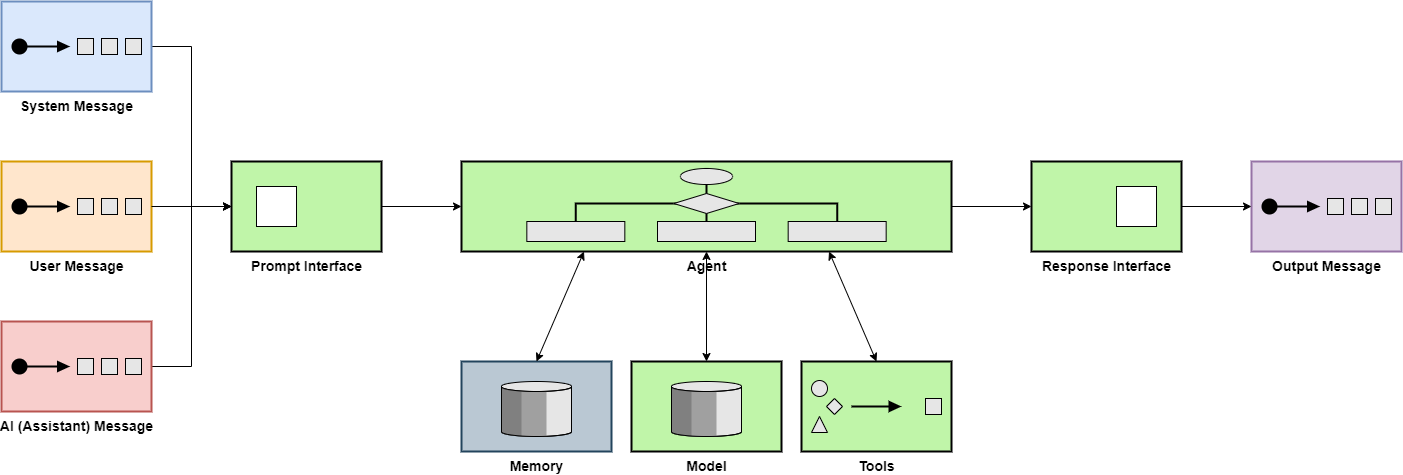
hsienhsinlee/ws2-defenders keeps this draw.io diagram as incident-response/images/Agentic architecture.png. Above is the earlier version. Source tidied: cells renumbered, new cells last; positions are measured from the earlier drawing's top-left corner, leaving out a move shared by most shapes.
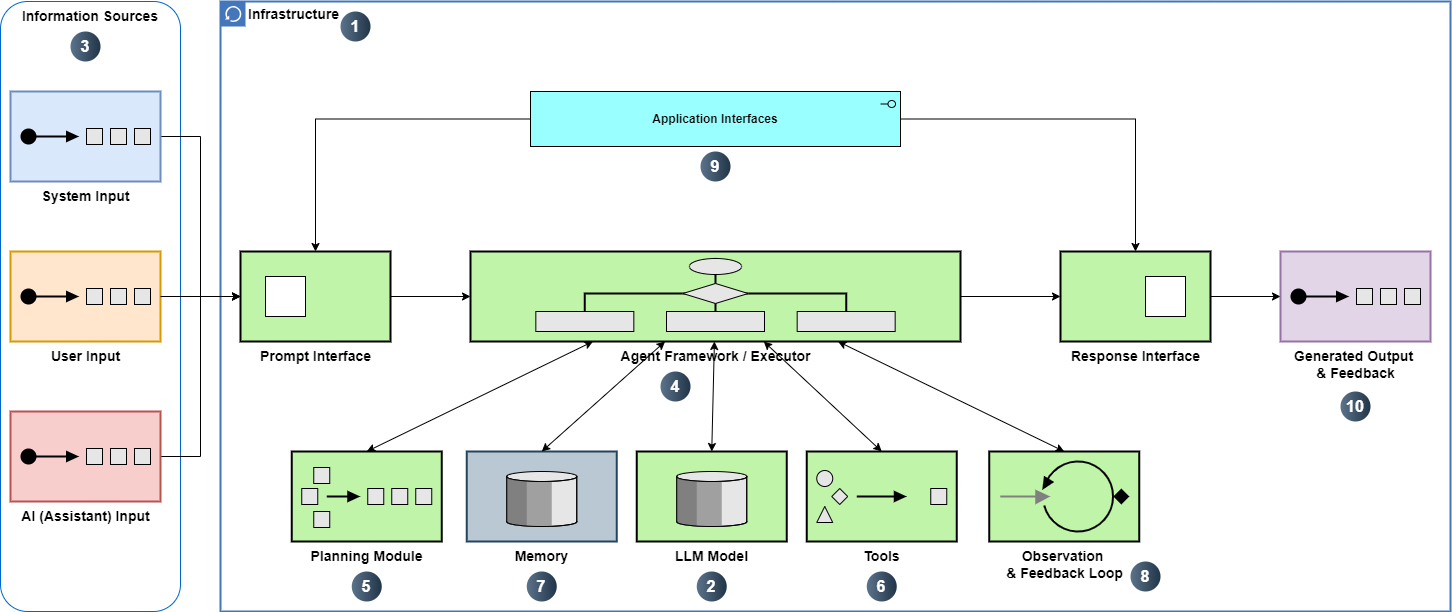
After the change.

What changed in the source:
```diff
@@ -2,68 +2,128 @@
   <root>
     <mxCell id="0" />
     <mxCell id="1" parent="0" />
-    <mxCell id="2" style="edgeStyle=orthogonalEdgeStyle;rounded=0;jettySize=auto;html=1;exitX=1;exitY=0.5;exitDx=0;exitDy=0;exitPerimeter=0;entryX=0;entryY=0.5;entryDx=0;entryDy=0;" parent="1" edge="1" source="3" target="5">
-      <mxGeometry relative="1" as="geometry" />
-    </mxCell>
-    <mxCell id="3" value="&lt;font style=&quot;font-size: 14px;&quot;&gt;&lt;b style=&quot;&quot;&gt;System Message&lt;/b&gt;&lt;/font&gt;" style="html=1;strokeWidth=2;outlineConnect=0;dashed=0;align=center;fontSize=8;verticalLabelPosition=bottom;verticalAlign=top;shape=mxgraph.eip.test_message;fillColor=#dae8fc;strokeColor=#6c8ebf;" parent="1" vertex="1">
-      <mxGeometry width="150" height="90" as="geometry" />
-    </mxCell>
-    <mxCell id="4" value="&lt;font style=&quot;font-size: 14px;&quot;&gt;&lt;b style=&quot;&quot;&gt;User Message&lt;/b&gt;&lt;/font&gt;" style="html=1;strokeWidth=2;outlineConnect=0;dashed=0;align=center;fontSize=8;verticalLabelPosition=bottom;verticalAlign=top;shape=mxgraph.eip.test_message;fillColor=#ffe6cc;strokeColor=#d79b00;" parent="1" vertex="1">
-      <mxGeometry y="160" width="150" height="90" as="geometry" />
-    </mxCell>
+    <mxCell id="23" style="rounded=1;whiteSpace=wrap;html=1;strokeColor=#0066CC;" parent="1" vertex="1">
+      <mxGeometry x="-20" y="-40" width="180" height="610" as="geometry" />
+    </mxCell>
+    <mxCell id="24" value="&lt;b&gt;&lt;font style=&quot;font-size: 14px;&quot;&gt;Infrastructure&lt;/font&gt;&lt;/b&gt;" style="shape=mxgraph.ibm.box;prType=classic;fontStyle=0;verticalAlign=top;align=left;spacingLeft=32;spacingTop=4;fillColor=none;rounded=0;whiteSpace=wrap;html=1;strokeColor=#4376BB;strokeWidth=2;dashed=0;spacing=-4;" parent="1" vertex="1">
+      <mxGeometry x="200" y="-40" width="1230" height="610" as="geometry" />
+    </mxCell>
+    <mxCell id="25" style="edgeStyle=orthogonalEdgeStyle;rounded=0;jettySize=auto;html=1;exitX=1;exitY=0.5;exitDx=0;exitDy=0;exitPerimeter=0;entryX=0;entryY=0.5;entryDx=0;entryDy=0;" parent="24" edge="1" source="26" target="5">
+      <mxGeometry relative="1" as="geometry" />
+    </mxCell>
+    <mxCell id="26" value="&lt;font style=&quot;font-size: 14px;&quot;&gt;&lt;b style=&quot;&quot;&gt;System Input&lt;/b&gt;&lt;/font&gt;" style="html=1;strokeWidth=2;outlineConnect=0;dashed=0;align=center;fontSize=8;verticalLabelPosition=bottom;verticalAlign=top;shape=mxgraph.eip.test_message;fillColor=#dae8fc;strokeColor=#6c8ebf;" parent="24" vertex="1">
+      <mxGeometry x="-210" y="90" width="150" height="90" as="geometry" />
+    </mxCell>
+    <mxCell id="27" value="&lt;font style=&quot;font-size: 14px;&quot;&gt;&lt;b style=&quot;&quot;&gt;User Input&lt;/b&gt;&lt;/font&gt;" style="html=1;strokeWidth=2;outlineConnect=0;dashed=0;align=center;fontSize=8;verticalLabelPosition=bottom;verticalAlign=top;shape=mxgraph.eip.test_message;fillColor=#ffe6cc;strokeColor=#d79b00;" parent="24" vertex="1">
+      <mxGeometry x="-210" y="250" width="150" height="90" as="geometry" />
+    </mxCell>
-    <mxCell id="5" value="&lt;font style=&quot;font-size: 14px;&quot;&gt;&lt;b style=&quot;&quot;&gt;Prompt Interface&lt;/b&gt;&lt;/font&gt;" style="strokeWidth=2;dashed=0;align=center;fontSize=8;shape=rect;verticalLabelPosition=bottom;verticalAlign=top;fillColor=#c0f5a9;html=1;" parent="1" vertex="1">
-      <mxGeometry x="230" y="160" width="150" height="90" as="geometry" />
+    <mxCell id="5" value="&lt;font style=&quot;font-size: 14px;&quot;&gt;&lt;b style=&quot;&quot;&gt;Prompt Interface&lt;/b&gt;&lt;/font&gt;" style="strokeWidth=2;dashed=0;align=center;fontSize=8;shape=rect;verticalLabelPosition=bottom;verticalAlign=top;fillColor=#c0f5a9;html=1;" parent="24" vertex="1">
+      <mxGeometry x="20" y="250" width="150" height="90" as="geometry" />
     </mxCell>
     <mxCell id="6" style="html=1;strokeWidth=1;dashed=0;align=center;fontSize=8;shape=rect;" parent="5" vertex="1">
       <mxGeometry x="25" y="25" width="40" height="40" as="geometry" />
     </mxCell>
-    <mxCell id="7" style="edgeStyle=orthogonalEdgeStyle;rounded=0;jettySize=auto;html=1;exitX=1;exitY=0.5;exitDx=0;exitDy=0;exitPerimeter=0;entryX=0;entryY=0.5;entryDx=0;entryDy=0;" parent="1" edge="1" source="4" target="5">
-      <mxGeometry relative="1" as="geometry" />
-    </mxCell>
-    <mxCell id="8" style="rounded=0;jettySize=auto;html=1;exitX=0.5;exitY=0;exitDx=0;exitDy=0;exitPerimeter=0;startArrow=classic;startFill=1;" parent="1" edge="1" source="9" target="18">
-      <mxGeometry relative="1" as="geometry" />
-    </mxCell>
-    <mxCell id="9" value="&lt;b&gt;&lt;font style=&quot;font-size: 14px;&quot;&gt;Model&lt;/font&gt;&lt;/b&gt;" style="html=1;strokeWidth=2;outlineConnect=0;dashed=0;align=center;fontSize=8;verticalLabelPosition=bottom;verticalAlign=top;shape=mxgraph.eip.message_store;fillColor=#c0f5a9;" parent="1" vertex="1">
-      <mxGeometry x="630" y="360" width="150" height="90" as="geometry" />
-    </mxCell>
+    <mxCell id="28" style="edgeStyle=orthogonalEdgeStyle;rounded=0;jettySize=auto;html=1;exitX=1;exitY=0.5;exitDx=0;exitDy=0;exitPerimeter=0;entryX=0;entryY=0.5;entryDx=0;entryDy=0;" parent="24" edge="1" source="27" target="5">
+      <mxGeometry relative="1" as="geometry" />
+    </mxCell>
-    <mxCell id="10" value="&lt;b&gt;&lt;font style=&quot;font-size: 14px;&quot;&gt;Response Interface&lt;/font&gt;&lt;/b&gt;" style="strokeWidth=2;dashed=0;align=center;fontSize=8;shape=rect;verticalLabelPosition=bottom;verticalAlign=top;fillColor=#c0f5a9;html=1;" parent="1" vertex="1">
-      <mxGeometry x="1030" y="160" width="150" height="90" as="geometry" />
+    <mxCell id="10" value="&lt;b&gt;&lt;font style=&quot;font-size: 14px;&quot;&gt;Response Interface&lt;/font&gt;&lt;/b&gt;" style="strokeWidth=2;dashed=0;align=center;fontSize=8;shape=rect;verticalLabelPosition=bottom;verticalAlign=top;fillColor=#c0f5a9;html=1;" parent="24" vertex="1">
+      <mxGeometry x="840" y="250" width="150" height="90" as="geometry" />
     </mxCell>
     <mxCell id="11" style="html=1;strokeWidth=1;dashed=0;align=center;fontSize=8;shape=rect;" parent="10" vertex="1">
       <mxGeometry x="85" y="25" width="40" height="40" as="geometry" />
     </mxCell>
-    <mxCell id="12" value="&lt;b&gt;&lt;font style=&quot;font-size: 14px;&quot;&gt;Output Message&lt;/font&gt;&lt;/b&gt;" style="html=1;strokeWidth=2;outlineConnect=0;dashed=0;align=center;fontSize=8;verticalLabelPosition=bottom;verticalAlign=top;shape=mxgraph.eip.test_message;fillColor=#e1d5e7;strokeColor=#9673a6;" parent="1" vertex="1">
-      <mxGeometry x="1250" y="160" width="150" height="90" as="geometry" />
-    </mxCell>
-    <mxCell id="13" style="edgeStyle=orthogonalEdgeStyle;rounded=0;jettySize=auto;html=1;exitX=1;exitY=0.5;exitDx=0;exitDy=0;entryX=0;entryY=0.5;entryDx=0;entryDy=0;entryPerimeter=0;" parent="1" edge="1" source="10" target="12">
-      <mxGeometry relative="1" as="geometry" />
-    </mxCell>
-    <mxCell id="14" style="edgeStyle=orthogonalEdgeStyle;rounded=0;jettySize=auto;html=1;exitX=1;exitY=0.5;exitDx=0;exitDy=0;exitPerimeter=0;entryX=0;entryY=0.5;entryDx=0;entryDy=0;" parent="1" edge="1" source="15" target="5">
-      <mxGeometry relative="1" as="geometry" />
-    </mxCell>
-    <mxCell id="15" value="&lt;font style=&quot;font-size: 14px;&quot;&gt;&lt;b style=&quot;&quot;&gt;AI (Assistant) Message&lt;/b&gt;&lt;/font&gt;" style="html=1;strokeWidth=2;outlineConnect=0;dashed=0;align=center;fontSize=8;verticalLabelPosition=bottom;verticalAlign=top;shape=mxgraph.eip.test_message;fillColor=#f8cecc;strokeColor=#b85450;" parent="1" vertex="1">
-      <mxGeometry y="320" width="150" height="90" as="geometry" />
-    </mxCell>
+    <mxCell id="29" value="&lt;font style=&quot;font-size: 14px;&quot;&gt;&lt;b&gt;Generated Output&amp;nbsp;&lt;/b&gt;&lt;/font&gt;&lt;div&gt;&lt;font style=&quot;font-size: 14px;&quot;&gt;&lt;b&gt;&amp;amp; Feedback&lt;/b&gt;&lt;/font&gt;&lt;/div&gt;" style="html=1;strokeWidth=2;outlineConnect=0;dashed=0;align=center;fontSize=8;verticalLabelPosition=bottom;verticalAlign=top;shape=mxgraph.eip.test_message;fillColor=#e1d5e7;strokeColor=#9673a6;" parent="24" vertex="1">
+      <mxGeometry x="1060" y="250" width="150" height="90" as="geometry" />
+    </mxCell>
+    <mxCell id="30" style="edgeStyle=orthogonalEdgeStyle;rounded=0;jettySize=auto;html=1;exitX=1;exitY=0.5;exitDx=0;exitDy=0;entryX=0;entryY=0.5;entryDx=0;entryDy=0;entryPerimeter=0;" parent="24" edge="1" source="10" target="29">
+      <mxGeometry relative="1" as="geometry" />
+    </mxCell>
+    <mxCell id="31" style="edgeStyle=orthogonalEdgeStyle;rounded=0;jettySize=auto;html=1;exitX=1;exitY=0.5;exitDx=0;exitDy=0;exitPerimeter=0;entryX=0;entryY=0.5;entryDx=0;entryDy=0;" parent="24" edge="1" source="32" target="5">
+      <mxGeometry relative="1" as="geometry" />
+    </mxCell>
+    <mxCell id="32" value="&lt;font style=&quot;font-size: 14px;&quot;&gt;&lt;b style=&quot;&quot;&gt;AI (Assistant) Input&lt;/b&gt;&lt;/font&gt;" style="html=1;strokeWidth=2;outlineConnect=0;dashed=0;align=center;fontSize=8;verticalLabelPosition=bottom;verticalAlign=top;shape=mxgraph.eip.test_message;fillColor=#f8cecc;strokeColor=#b85450;" parent="24" vertex="1">
+      <mxGeometry x="-210" y="410" width="150" height="90" as="geometry" />
+    </mxCell>
+    <mxCell id="33" style="edgeStyle=orthogonalEdgeStyle;rounded=0;jettySize=auto;html=1;" parent="24" edge="1" source="35" target="5">
+      <mxGeometry relative="1" as="geometry" />
+    </mxCell>
+    <mxCell id="34" style="edgeStyle=orthogonalEdgeStyle;rounded=0;jettySize=auto;html=1;exitX=1;exitY=0.5;exitDx=0;exitDy=0;exitPerimeter=0;" parent="24" edge="1" source="35" target="10">
+      <mxGeometry relative="1" as="geometry" />
+    </mxCell>
+    <mxCell id="35" value="&lt;b&gt;Application Interfaces&lt;/b&gt;" style="html=1;outlineConnect=0;whiteSpace=wrap;fillColor=#99ffff;shape=mxgraph.archimate3.application;appType=interface;archiType=square;" parent="24" vertex="1">
+      <mxGeometry x="310" y="90" width="370" height="55" as="geometry" />
+    </mxCell>
+    <mxCell id="36" value="1" style="ellipse;whiteSpace=wrap;html=1;rotation=0;gradientColor=#223548;strokeColor=none;gradientDirection=east;fillColor=#5b738b;rounded=0;fontFamily=Helvetica;fontSize=16;fontColor=#FFFFFF;spacingTop=4;spacingBottom=4;spacingLeft=4;spacingRight=4;fontStyle=1;" parent="24" vertex="1">
+      <mxGeometry x="120" y="10" width="30" height="30" as="geometry" />
+    </mxCell>
+    <mxCell id="37" value="10" style="ellipse;whiteSpace=wrap;html=1;rotation=0;gradientColor=#223548;strokeColor=none;gradientDirection=east;fillColor=#5b738b;rounded=0;fontFamily=Helvetica;fontSize=16;fontColor=#FFFFFF;spacingTop=4;spacingBottom=4;spacingLeft=4;spacingRight=4;fontStyle=1;" parent="24" vertex="1">
+      <mxGeometry x="1120" y="390" width="30" height="30" as="geometry" />
+    </mxCell>
+    <mxCell id="38" value="9" style="ellipse;whiteSpace=wrap;html=1;rotation=0;gradientColor=#223548;strokeColor=none;gradientDirection=east;fillColor=#5b738b;rounded=0;fontFamily=Helvetica;fontSize=16;fontColor=#FFFFFF;spacingTop=4;spacingBottom=4;spacingLeft=4;spacingRight=4;fontStyle=1;" parent="24" vertex="1">
+      <mxGeometry x="480" y="150" width="30" height="30" as="geometry" />
+    </mxCell>
+    <mxCell id="39" style="rounded=0;jettySize=auto;html=1;exitX=0.5;exitY=0;exitDx=0;exitDy=0;exitPerimeter=0;startArrow=classic;startFill=1;" parent="24" edge="1" source="40" target="42">
+      <mxGeometry relative="1" as="geometry" />
+    </mxCell>
+    <mxCell id="40" value="&lt;b&gt;&lt;font style=&quot;font-size: 14px;&quot;&gt;LLM Model&lt;/font&gt;&lt;/b&gt;" style="html=1;strokeWidth=2;outlineConnect=0;dashed=0;align=center;fontSize=8;verticalLabelPosition=bottom;verticalAlign=top;shape=mxgraph.eip.message_store;fillColor=#c0f5a9;" parent="24" vertex="1">
+      <mxGeometry x="416.2" y="450" width="150" height="90" as="geometry" />
+    </mxCell>
-    <mxCell id="16" value="&lt;b&gt;&lt;font style=&quot;font-size: 14px;&quot;&gt;Memory&lt;/font&gt;&lt;/b&gt;" style="html=1;strokeWidth=2;outlineConnect=0;dashed=0;align=center;fontSize=8;verticalLabelPosition=bottom;verticalAlign=top;shape=mxgraph.eip.message_store;fillColor=#bac8d3;strokeColor=#23445d;" parent="1" vertex="1">
-      <mxGeometry x="460" y="360" width="150" height="90" as="geometry" />
+    <mxCell id="16" value="&lt;b&gt;&lt;font style=&quot;font-size: 14px;&quot;&gt;Memory&lt;/font&gt;&lt;/b&gt;" style="html=1;strokeWidth=2;outlineConnect=0;dashed=0;align=center;fontSize=8;verticalLabelPosition=bottom;verticalAlign=top;shape=mxgraph.eip.message_store;fillColor=#bac8d3;strokeColor=#23445d;" parent="24" vertex="1">
+      <mxGeometry x="246.2" y="450" width="150" height="90" as="geometry" />
     </mxCell>
-    <mxCell id="17" style="edgeStyle=orthogonalEdgeStyle;rounded=0;jettySize=auto;html=1;exitX=1;exitY=0.5;exitDx=0;exitDy=0;exitPerimeter=0;entryX=0;entryY=0.5;entryDx=0;entryDy=0;" parent="1" edge="1" source="18" target="10">
-      <mxGeometry relative="1" as="geometry" />
-    </mxCell>
-    <mxCell id="18" value="&lt;b&gt;&lt;font style=&quot;font-size: 14px;&quot;&gt;Agent&lt;/font&gt;&lt;/b&gt;" style="html=1;strokeWidth=2;outlineConnect=0;dashed=0;align=center;fontSize=8;fillColor=#c0f5a9;verticalLabelPosition=bottom;verticalAlign=top;shape=mxgraph.eip.process_manager;" parent="1" vertex="1">
-      <mxGeometry x="460" y="160" width="490" height="90" as="geometry" />
-    </mxCell>
+    <mxCell id="41" style="edgeStyle=orthogonalEdgeStyle;rounded=0;jettySize=auto;html=1;exitX=1;exitY=0.5;exitDx=0;exitDy=0;exitPerimeter=0;entryX=0;entryY=0.5;entryDx=0;entryDy=0;" parent="24" edge="1" source="42" target="10">
+      <mxGeometry relative="1" as="geometry" />
+    </mxCell>
+    <mxCell id="42" value="&lt;span style=&quot;font-size: 14px;&quot;&gt;&lt;b&gt;Agent Framework / Executor&lt;/b&gt;&lt;/span&gt;" style="html=1;strokeWidth=2;outlineConnect=0;dashed=0;align=center;fontSize=8;fillColor=#c0f5a9;verticalLabelPosition=bottom;verticalAlign=top;shape=mxgraph.eip.process_manager;" parent="24" vertex="1">
+      <mxGeometry x="250" y="250" width="490" height="90" as="geometry" />
+    </mxCell>
-    <mxCell id="19" value="&lt;b&gt;&lt;font style=&quot;font-size: 14px;&quot;&gt;Tools&lt;/font&gt;&lt;/b&gt;" style="html=1;strokeWidth=2;outlineConnect=0;dashed=0;align=center;fontSize=8;fillColor=#c0f5a9;verticalLabelPosition=bottom;verticalAlign=top;shape=mxgraph.eip.normalizer;" parent="1" vertex="1">
-      <mxGeometry x="800" y="360" width="150" height="90" as="geometry" />
+    <mxCell id="19" value="&lt;b&gt;&lt;font style=&quot;font-size: 14px;&quot;&gt;Tools&lt;/font&gt;&lt;/b&gt;" style="html=1;strokeWidth=2;outlineConnect=0;dashed=0;align=center;fontSize=8;fillColor=#c0f5a9;verticalLabelPosition=bottom;verticalAlign=top;shape=mxgraph.eip.normalizer;" parent="24" vertex="1">
+      <mxGeometry x="586.2" y="450" width="150" height="90" as="geometry" />
     </mxCell>
-    <mxCell id="20" style="edgeStyle=orthogonalEdgeStyle;rounded=0;jettySize=auto;html=1;exitX=1;exitY=0.5;exitDx=0;exitDy=0;entryX=0;entryY=0.5;entryDx=0;entryDy=0;entryPerimeter=0;" parent="1" edge="1" source="5" target="18">
-      <mxGeometry relative="1" as="geometry" />
-    </mxCell>
-    <mxCell id="21" style="rounded=0;jettySize=auto;html=1;exitX=0.5;exitY=0;exitDx=0;exitDy=0;exitPerimeter=0;entryX=0.25;entryY=1;entryDx=0;entryDy=0;entryPerimeter=0;startArrow=classic;startFill=1;" parent="1" edge="1" source="16" target="18">
-      <mxGeometry relative="1" as="geometry" />
-    </mxCell>
-    <mxCell id="22" style="rounded=0;jettySize=auto;html=1;exitX=0.75;exitY=1;exitDx=0;exitDy=0;exitPerimeter=0;entryX=0.5;entryY=0;entryDx=0;entryDy=0;entryPerimeter=0;startArrow=classic;startFill=1;" parent="1" edge="1" source="18" target="19">
-      <mxGeometry relative="1" as="geometry" />
-    </mxCell>
+    <mxCell id="43" style="rounded=0;jettySize=auto;html=1;exitX=0.5;exitY=0;exitDx=0;exitDy=0;exitPerimeter=0;startArrow=classic;startFill=1;" parent="24" edge="1" source="16" target="42">
+      <mxGeometry relative="1" as="geometry" />
+    </mxCell>
+    <mxCell id="44" style="rounded=0;jettySize=auto;html=1;entryX=0.5;entryY=0;entryDx=0;entryDy=0;entryPerimeter=0;startArrow=classic;startFill=1;" parent="24" edge="1" source="42" target="19">
+      <mxGeometry relative="1" as="geometry" />
+    </mxCell>
+    <mxCell id="45" style="edgeStyle=orthogonalEdgeStyle;rounded=0;jettySize=auto;html=1;exitX=1;exitY=0.5;exitDx=0;exitDy=0;entryX=0;entryY=0.5;entryDx=0;entryDy=0;entryPerimeter=0;" parent="24" edge="1" source="5" target="42">
+      <mxGeometry relative="1" as="geometry" />
+    </mxCell>
+    <mxCell id="46" value="2" style="ellipse;whiteSpace=wrap;html=1;rotation=0;gradientColor=#223548;strokeColor=none;gradientDirection=east;fillColor=#5b738b;rounded=0;fontFamily=Helvetica;fontSize=16;fontColor=#FFFFFF;spacingTop=4;spacingBottom=4;spacingLeft=4;spacingRight=4;fontStyle=1;" parent="24" vertex="1">
+      <mxGeometry x="476.2" y="570" width="30" height="30" as="geometry" />
+    </mxCell>
+    <mxCell id="47" value="4" style="ellipse;whiteSpace=wrap;html=1;rotation=0;gradientColor=#223548;strokeColor=none;gradientDirection=east;fillColor=#5b738b;rounded=0;fontFamily=Helvetica;fontSize=16;fontColor=#FFFFFF;spacingTop=4;spacingBottom=4;spacingLeft=4;spacingRight=4;fontStyle=1;" parent="24" vertex="1">
+      <mxGeometry x="440" y="370" width="30" height="30" as="geometry" />
+    </mxCell>
+    <mxCell id="48" value="&lt;b&gt;&lt;font style=&quot;font-size: 14px;&quot;&gt;Planning Module&lt;/font&gt;&lt;/b&gt;" style="html=1;strokeWidth=2;outlineConnect=0;dashed=0;align=center;fontSize=8;fillColor=#c0f5a9;verticalLabelPosition=bottom;verticalAlign=top;shape=mxgraph.eip.resequencer;" parent="24" vertex="1">
+      <mxGeometry x="71.2" y="450" width="150" height="90" as="geometry" />
+    </mxCell>
+    <mxCell id="49" style="rounded=0;jettySize=auto;html=1;exitX=0.5;exitY=0;exitDx=0;exitDy=0;exitPerimeter=0;startArrow=classic;startFill=1;entryX=0.25;entryY=1;entryDx=0;entryDy=0;entryPerimeter=0;" parent="24" edge="1" source="48" target="42">
+      <mxGeometry relative="1" as="geometry" />
+    </mxCell>
+    <mxCell id="50" value="5" style="ellipse;whiteSpace=wrap;html=1;rotation=0;gradientColor=#223548;strokeColor=none;gradientDirection=east;fillColor=#5b738b;rounded=0;fontFamily=Helvetica;fontSize=16;fontColor=#FFFFFF;spacingTop=4;spacingBottom=4;spacingLeft=4;spacingRight=4;fontStyle=1;" parent="24" vertex="1">
+      <mxGeometry x="131.2" y="570" width="30" height="30" as="geometry" />
+    </mxCell>
+    <mxCell id="51" value="6" style="ellipse;whiteSpace=wrap;html=1;rotation=0;gradientColor=#223548;strokeColor=none;gradientDirection=east;fillColor=#5b738b;rounded=0;fontFamily=Helvetica;fontSize=16;fontColor=#FFFFFF;spacingTop=4;spacingBottom=4;spacingLeft=4;spacingRight=4;fontStyle=1;" parent="24" vertex="1">
+      <mxGeometry x="646.2" y="570" width="30" height="30" as="geometry" />
+    </mxCell>
+    <mxCell id="52" value="7" style="ellipse;whiteSpace=wrap;html=1;rotation=0;gradientColor=#223548;strokeColor=none;gradientDirection=east;fillColor=#5b738b;rounded=0;fontFamily=Helvetica;fontSize=16;fontColor=#FFFFFF;spacingTop=4;spacingBottom=4;spacingLeft=4;spacingRight=4;fontStyle=1;" parent="24" vertex="1">
+      <mxGeometry x="306.2" y="570" width="30" height="30" as="geometry" />
+    </mxCell>
+    <mxCell id="53" value="&lt;font style=&quot;font-size: 14px;&quot;&gt;&lt;b&gt;Observation&amp;nbsp;&lt;/b&gt;&lt;/font&gt;&lt;div&gt;&lt;font style=&quot;font-size: 14px;&quot;&gt;&lt;b&gt;&amp;amp; Feedback Loop&lt;/b&gt;&lt;/font&gt;&lt;/div&gt;" style="fillColor=#c0f5a9;dashed=0;outlineConnect=0;strokeWidth=2;html=1;align=center;fontSize=8;verticalLabelPosition=bottom;verticalAlign=top;shape=mxgraph.eip.polling_consumer;" parent="24" vertex="1">
+      <mxGeometry x="768.8" y="450" width="150" height="90" as="geometry" />
+    </mxCell>
+    <mxCell id="54" style="rounded=0;jettySize=auto;html=1;entryX=0.5;entryY=0;entryDx=0;entryDy=0;entryPerimeter=0;startArrow=classic;startFill=1;exitX=0.75;exitY=1;exitDx=0;exitDy=0;exitPerimeter=0;" parent="24" edge="1" source="42" target="53">
+      <mxGeometry relative="1" as="geometry" />
+    </mxCell>
+    <mxCell id="55" value="8" style="ellipse;whiteSpace=wrap;html=1;rotation=0;gradientColor=#223548;strokeColor=none;gradientDirection=east;fillColor=#5b738b;rounded=0;fontFamily=Helvetica;fontSize=16;fontColor=#FFFFFF;spacingTop=4;spacingBottom=4;spacingLeft=4;spacingRight=4;fontStyle=1;" parent="24" vertex="1">
+      <mxGeometry x="910" y="560" width="30" height="30" as="geometry" />
+    </mxCell>
+    <mxCell id="56" value="&lt;font style=&quot;font-size: 14px;&quot;&gt;&lt;b&gt;Information Sources&lt;/b&gt;&lt;/font&gt;" style="text;strokeColor=none;align=center;fillColor=none;html=1;verticalAlign=middle;whiteSpace=wrap;rounded=0;" parent="1" vertex="1">
+      <mxGeometry x="-10" y="-40" width="160" height="30" as="geometry" />
+    </mxCell>
+    <mxCell id="57" value="3" style="ellipse;whiteSpace=wrap;html=1;rotation=0;gradientColor=#223548;strokeColor=none;gradientDirection=east;fillColor=#5b738b;rounded=0;fontFamily=Helvetica;fontSize=16;fontColor=#FFFFFF;spacingTop=4;spacingBottom=4;spacingLeft=4;spacingRight=4;fontStyle=1;" parent="1" vertex="1">
+      <mxGeometry x="50" y="-10" width="30" height="30" as="geometry" />
+    </mxCell>
   </root>
 </mxGraphModel>
```
